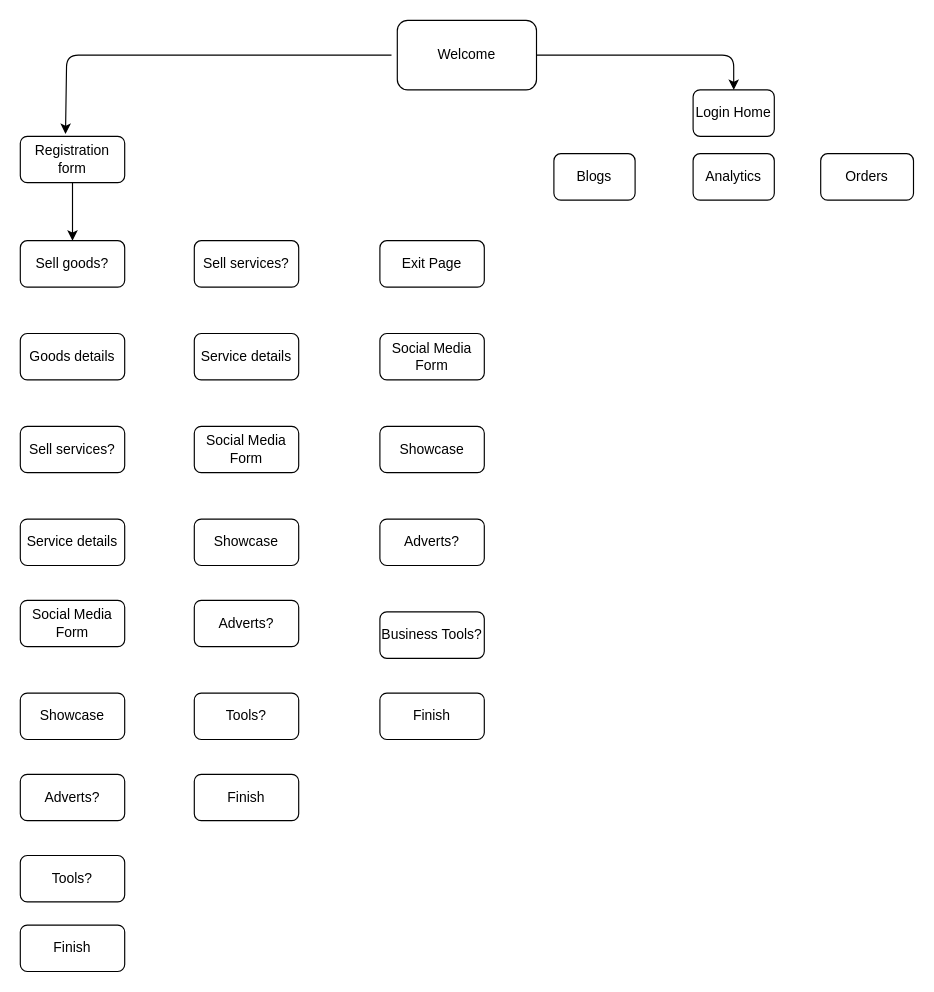
Above: app_eng_updated.drawio in willdonlan8/test (draw.io), before the change. Source tidied: cells renumbered, new cells numbered last; positions are measured from the earlier drawing's top-left corner, leaving out a move shared by most shapes. Both pictures are drawn from the tidied source at 116%, with x=0, y=0 at pixel (20, 20).
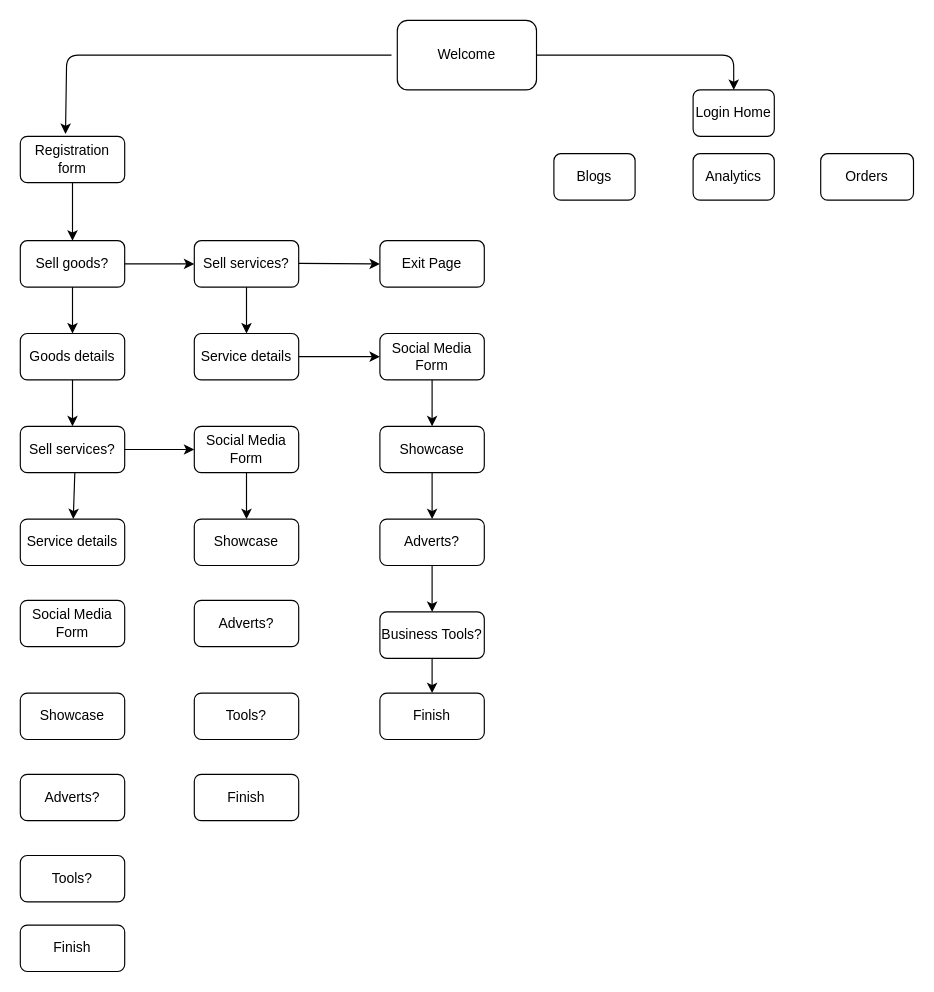
The same page after the edit.

Unchanged cells that the change refers to:
```xml
<mxCell id="8" value="Exit Page" style="rounded=1;whiteSpace=wrap;html=1;" parent="1" vertex="1">
  <mxGeometry x="310" y="190" width="90" height="40" as="geometry" />
</mxCell>
<mxCell id="9" value="Sell goods?" style="rounded=1;whiteSpace=wrap;html=1;" parent="1" vertex="1">
  <mxGeometry y="190" width="90" height="40" as="geometry" />
</mxCell>
<mxCell id="10" value="Sell services?" style="rounded=1;whiteSpace=wrap;html=1;" parent="1" vertex="1">
  <mxGeometry x="150" y="190" width="90" height="40" as="geometry" />
</mxCell>
<mxCell id="11" value="Goods details" style="rounded=1;whiteSpace=wrap;html=1;" parent="1" vertex="1">
  <mxGeometry y="270" width="90" height="40" as="geometry" />
</mxCell>
<mxCell id="12" value="Social Media Form" style="rounded=1;whiteSpace=wrap;html=1;" parent="1" vertex="1">
  <mxGeometry x="310" y="270" width="90" height="40" as="geometry" />
</mxCell>
<mxCell id="13" value="Service details" style="rounded=1;whiteSpace=wrap;html=1;" parent="1" vertex="1">
  <mxGeometry x="150" y="270" width="90" height="40" as="geometry" />
</mxCell>
<mxCell id="14" value="Sell services?" style="rounded=1;whiteSpace=wrap;html=1;" parent="1" vertex="1">
  <mxGeometry y="350" width="90" height="40" as="geometry" />
</mxCell>
<mxCell id="15" value="Service details" style="rounded=1;whiteSpace=wrap;html=1;" parent="1" vertex="1">
  <mxGeometry y="430" width="90" height="40" as="geometry" />
</mxCell>
<mxCell id="21" value="Showcase" style="rounded=1;whiteSpace=wrap;html=1;" parent="1" vertex="1">
  <mxGeometry x="310" y="350" width="90" height="40" as="geometry" />
</mxCell>
<mxCell id="22" value="Adverts?" style="rounded=1;whiteSpace=wrap;html=1;" parent="1" vertex="1">
  <mxGeometry x="310" y="430" width="90" height="40" as="geometry" />
</mxCell>
<mxCell id="23" value="Business Tools?" style="rounded=1;whiteSpace=wrap;html=1;" parent="1" vertex="1">
  <mxGeometry x="310" y="510" width="90" height="40" as="geometry" />
</mxCell>
<mxCell id="24" value="Finish" style="rounded=1;whiteSpace=wrap;html=1;" parent="1" vertex="1">
  <mxGeometry x="310" y="580" width="90" height="40" as="geometry" />
</mxCell>
<mxCell id="25" value="Social Media Form" style="rounded=1;whiteSpace=wrap;html=1;" parent="1" vertex="1">
  <mxGeometry x="150" y="350" width="90" height="40" as="geometry" />
</mxCell>
<mxCell id="26" value="Showcase" style="rounded=1;whiteSpace=wrap;html=1;" parent="1" vertex="1">
  <mxGeometry x="150" y="430" width="90" height="40" as="geometry" />
</mxCell>
```

What changed in the source:
```diff
@@
+    <mxCell id="33" style="edgeStyle=orthogonalEdgeStyle;rounded=0;jettySize=auto;html=1;" parent="1" edge="1" source="10" target="13">
+      <mxGeometry relative="1" as="geometry" />
+    </mxCell>
@@
+    <mxCell id="34" style="edgeStyle=orthogonalEdgeStyle;rounded=0;jettySize=auto;html=1;" parent="1" edge="1" source="12" target="21">
+      <mxGeometry relative="1" as="geometry" />
+    </mxCell>
@@
+    <mxCell id="35" style="edgeStyle=orthogonalEdgeStyle;rounded=0;jettySize=auto;html=1;" parent="1" edge="1" source="13" target="12">
+      <mxGeometry relative="1" as="geometry" />
+    </mxCell>
@@
+    <mxCell id="36" style="edgeStyle=orthogonalEdgeStyle;rounded=0;jettySize=auto;html=1;" parent="1" edge="1" source="14" target="25">
+      <mxGeometry relative="1" as="geometry" />
+    </mxCell>
@@
+    <mxCell id="37" style="edgeStyle=orthogonalEdgeStyle;rounded=0;jettySize=auto;html=1;" parent="1" edge="1" source="21" target="22">
+      <mxGeometry relative="1" as="geometry" />
+    </mxCell>
@@
+    <mxCell id="38" style="edgeStyle=orthogonalEdgeStyle;rounded=0;jettySize=auto;html=1;" parent="1" edge="1" source="23" target="24">
+      <mxGeometry relative="1" as="geometry" />
+    </mxCell>
@@
+    <mxCell id="39" style="endArrow=classic;html=1;entryX=0;entryY=0.5;entryDx=0;entryDy=0;" parent="1" edge="1" target="10">
+      <mxGeometry relative="1" as="geometry">
+        <mxPoint x="90" y="210" as="sourcePoint" />
+      </mxGeometry>
+    </mxCell>
+    <mxCell id="40" style="endArrow=classic;html=1;entryX=0;entryY=0.5;entryDx=0;entryDy=0;" parent="1" edge="1" target="8">
+      <mxGeometry relative="1" as="geometry">
+        <mxPoint x="240" y="209.5" as="sourcePoint" />
+      </mxGeometry>
+    </mxCell>
+    <mxCell id="41" style="endArrow=classic;html=1;exitX=0.5;exitY=1;exitDx=0;exitDy=0;" parent="1" edge="1" source="9" target="11">
+      <mxGeometry relative="1" as="geometry" />
+    </mxCell>
+    <mxCell id="42" style="endArrow=classic;html=1;exitX=0.5;exitY=1;exitDx=0;exitDy=0;" parent="1" edge="1" source="22" target="23">
+      <mxGeometry relative="1" as="geometry" />
+    </mxCell>
+    <mxCell id="43" style="endArrow=classic;html=1;exitX=0.5;exitY=1;exitDx=0;exitDy=0;" parent="1" edge="1" source="11" target="14">
+      <mxGeometry relative="1" as="geometry" />
+    </mxCell>
+    <mxCell id="44" style="endArrow=classic;html=1;exitX=0.5;exitY=1;exitDx=0;exitDy=0;entryX=0.5;entryY=0;entryDx=0;entryDy=0;" parent="1" edge="1" source="25" target="26">
+      <mxGeometry relative="1" as="geometry" />
+    </mxCell>
+    <mxCell id="45" style="endArrow=classic;html=1;" parent="1" edge="1" target="15">
+      <mxGeometry relative="1" as="geometry">
+        <mxPoint x="47" y="390" as="sourcePoint" />
+      </mxGeometry>
+    </mxCell>
```
